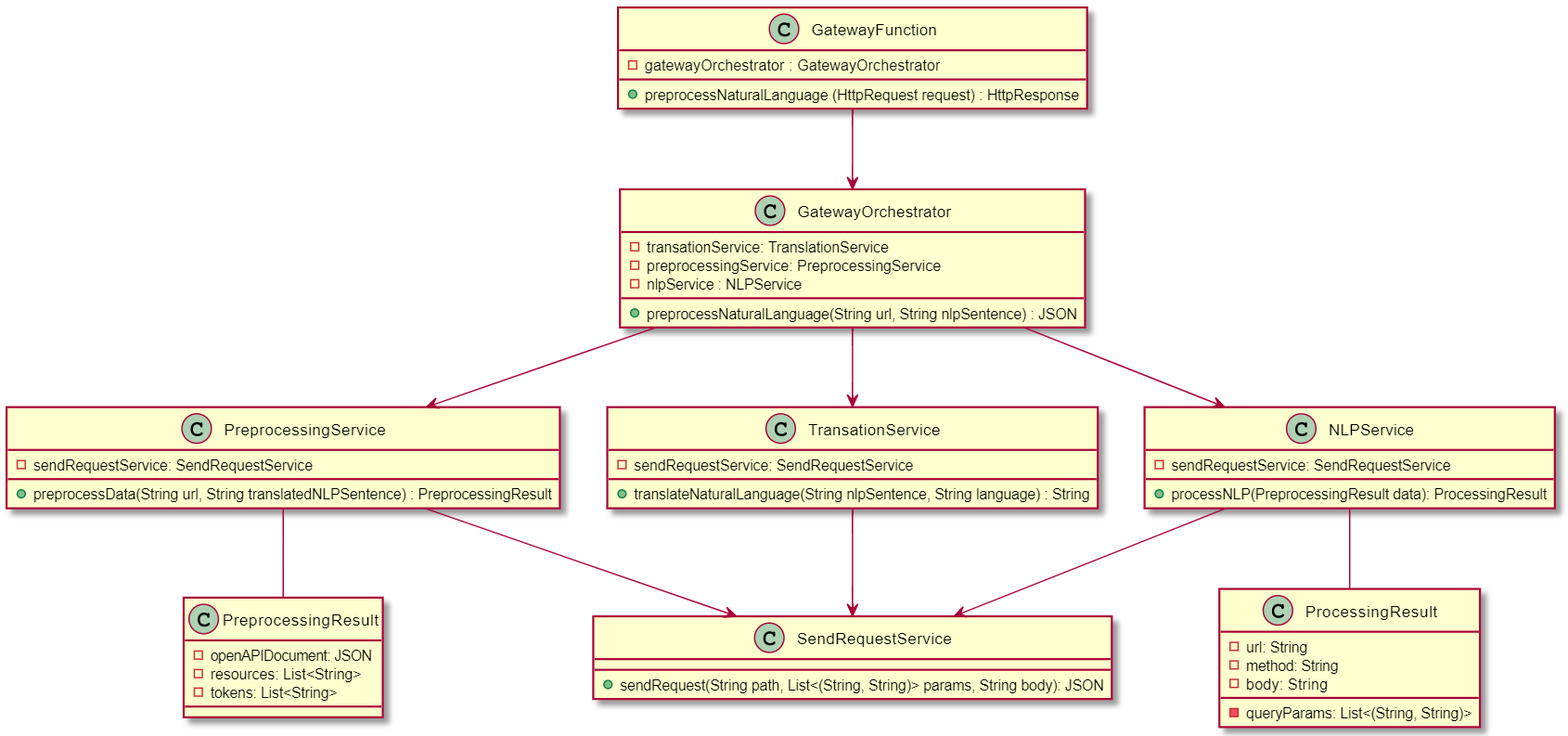
This is docs/diagrams/uml-gateway.png from Roxanica123/WADe-RAT, a PlantUML export, as it was before one commit. Its source is kept beside it as docs/diagrams/uml-gateway.puml. Its diagram source:
```plantuml
@startuml API Gateway

class PreprocessingResult{
    -openAPIDocument: JSON
    -resources: List<String>
    -tokens: List<String>
}

class ProcessingResult{
    -url: String
    -method: String
    -queryParams: List<(String, String)>
    -body:  String
}

class SendRequestService{
    +sendRequest(String path, List<(String, String)> params, String body): JSON
}

class TransationService{
    -sendRequestService: SendRequestService
    +translateNaturalLanguage(String nlpSentence, String language) : String
}

class PreprocessingService{
    -sendRequestService: SendRequestService
    +preprocessData(String url, String translatedNLPSentence) : PreprocessingResult
}

class NLPService{
    -sendRequestService: SendRequestService
    +processNLP(PreprocessingResult data): ProcessingResult
}

class GatewayOrchestrator {
    -transationService: TranslationService
    -preprocessingService: PreprocessingService
    -nlpService : NLPService
    +preprocessNaturalLanguage(String url, String nlpSentence) : JSON
}

class GatewayFunction {
	-gatewayOrchestrator : GatewayOrchestrator
	+preprocessNaturalLanguage (HttpRequest request) : HttpResponse
}
GatewayFunction --> GatewayOrchestrator
GatewayOrchestrator --> TransationService
GatewayOrchestrator --> PreprocessingService
GatewayOrchestrator --> NLPService
NLPService --> SendRequestService
TransationService --> SendRequestService
PreprocessingService --> SendRequestService
PreprocessingService -- PreprocessingResult
NLPService -- ProcessingResult

@enduml
```
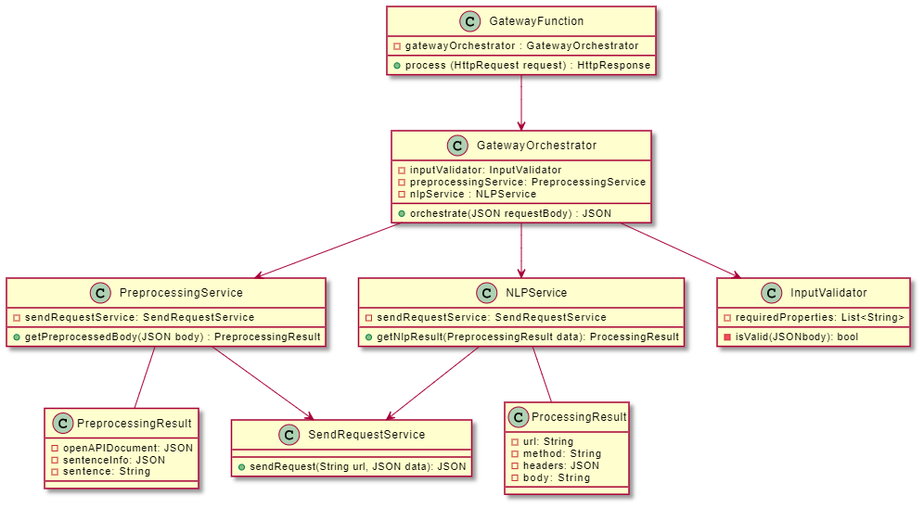
Above is the later version.

Commit message:
update scholarly & diagrams for gateway and preprocess

Diff of the diagram source:
```diff
@@ -2,53 +2,51 @@
 
 class PreprocessingResult{
     -openAPIDocument: JSON
-    -resources: List<String>
-    -tokens: List<String>
+    -sentenceInfo: JSON
+    -sentence: String
 }
 
 class ProcessingResult{
     -url: String
     -method: String
-    -queryParams: List<(String, String)>
+    -headers: JSON
     -body:  String
 }
 
 class SendRequestService{
-    +sendRequest(String path, List<(String, String)> params, String body): JSON
-}
-
-class TransationService{
-    -sendRequestService: SendRequestService
-    +translateNaturalLanguage(String nlpSentence, String language) : String
+    +sendRequest(String url, JSON data): JSON
 }
 
 class PreprocessingService{
     -sendRequestService: SendRequestService
-    +preprocessData(String url, String translatedNLPSentence) : PreprocessingResult
+    +getPreprocessedBody(JSON body) : PreprocessingResult
 }
 
 class NLPService{
     -sendRequestService: SendRequestService
-    +processNLP(PreprocessingResult data): ProcessingResult
+    +getNlpResult(PreprocessingResult data): ProcessingResult
 }
 
 class GatewayOrchestrator {
-    -transationService: TranslationService
+    -inputValidator: InputValidator
     -preprocessingService: PreprocessingService
     -nlpService : NLPService
-    +preprocessNaturalLanguage(String url, String nlpSentence) : JSON
+    +orchestrate(JSON requestBody) : JSON
 }
 
+class InputValidator {
+    -requiredProperties: List<String>
+    -isValid(JSONbody): bool
+}
 class GatewayFunction {
 	-gatewayOrchestrator : GatewayOrchestrator
-	+preprocessNaturalLanguage (HttpRequest request) : HttpResponse
+	+process (HttpRequest request) : HttpResponse
 }
 GatewayFunction --> GatewayOrchestrator
-GatewayOrchestrator --> TransationService
+GatewayFunction --> InputValidator
 GatewayOrchestrator --> PreprocessingService
 GatewayOrchestrator --> NLPService
 NLPService --> SendRequestService
-TransationService --> SendRequestService
 PreprocessingService --> SendRequestService
 PreprocessingService -- PreprocessingResult
 NLPService -- ProcessingResult
```
